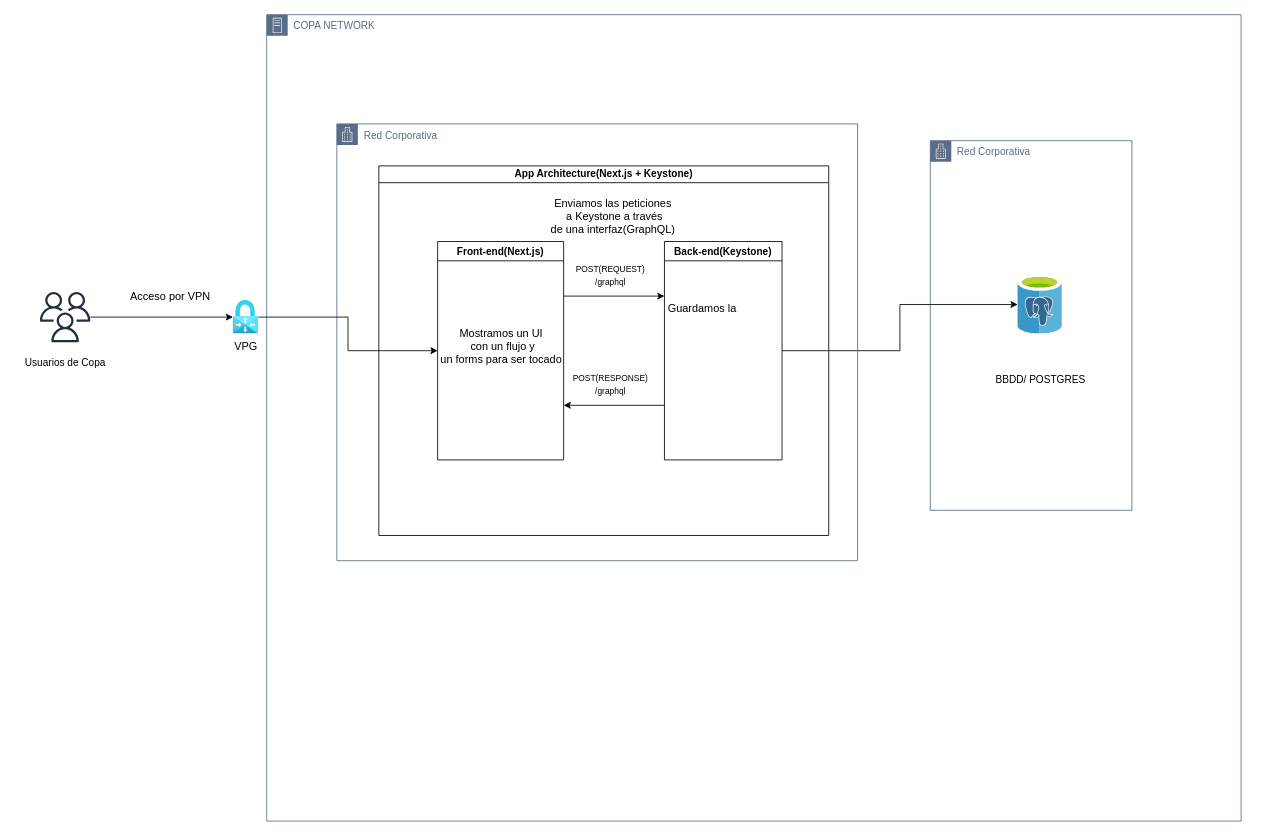
This is Untitled Diagram.drawio from JMJHOX/ticket-system, a draw.io file, before an edit. Source tidied: cells renumbered, new cells numbered last; positions are measured from the earlier drawing's top-left corner, leaving out a move shared by most shapes. Both pictures are drawn from the tidied source at 84%, with x=0, y=0 at pixel (14, 14).
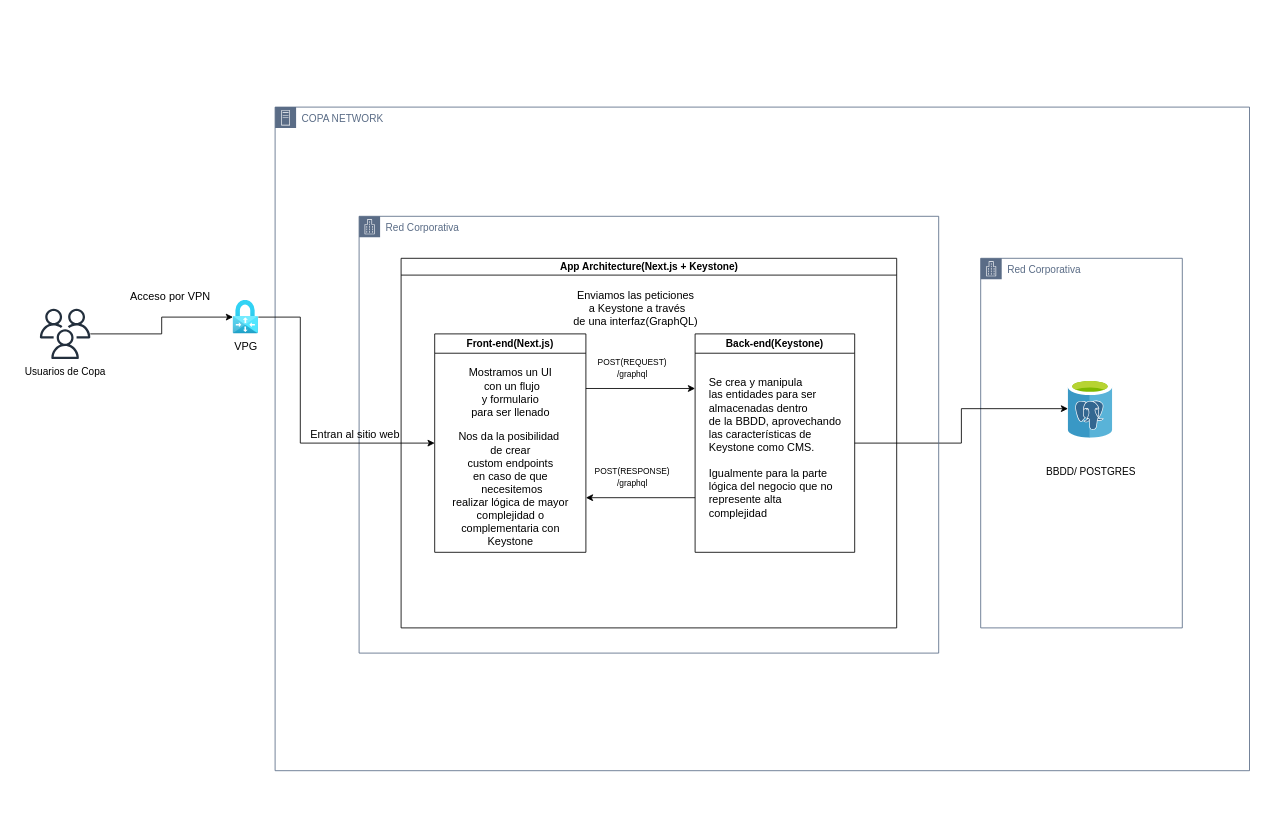
Above is the later version.

Unchanged cells that the change refers to:
```xml
<mxCell id="22" style="html=1;points=[];align=center;image;fontSize=12;image=img/lib/azure2/networking/Virtual_Network_Gateways.svg;" parent="1" vertex="1">
  <mxGeometry x="259.9" y="340" width="30.1" height="40" as="geometry" />
</mxCell>
```

Diff of the diagram source:
```diff
@@
     <mxCell id="2" value="COPA NETWORK" style="gradientColor=none;html=1;whiteSpace=wrap;fontSize=12;fontStyle=0;shape=mxgraph.aws4.group;grIcon=mxgraph.aws4.group_on_premise;strokeColor=#5A6C86;fillColor=none;verticalAlign=top;align=left;spacingLeft=30;fontColor=#5A6C86;dashed=0;" parent="1" vertex="1">
-      <mxGeometry x="300" width="1160" height="960" as="geometry" />
+      <mxGeometry x="310" y="110" width="1160" height="790" as="geometry" />
     </mxCell>
     <mxCell id="3" value="Red Corporativa" style="gradientColor=none;html=1;whiteSpace=wrap;fontSize=12;fontStyle=0;shape=mxgraph.aws4.group;grIcon=mxgraph.aws4.group_corporate_data_center;strokeColor=#5A6C86;fillColor=none;verticalAlign=top;align=left;spacingLeft=30;fontColor=#5A6C86;dashed=0;" parent="2" vertex="1">
-      <mxGeometry x="790" y="150" width="240" height="440" as="geometry" />
+      <mxGeometry x="840" y="180" width="240" height="440" as="geometry" />
     </mxCell>
     <mxCell id="4" value="BBDD/ POSTGRES" style="text;html=1;align=center;verticalAlign=middle;strokeColor=none;fillColor=none;" parent="3" vertex="1">
-      <mxGeometry x="65.6" y="270" width="130" height="30" as="geometry" />
+      <mxGeometry x="65.6" y="240" width="130" height="30" as="geometry" />
     </mxCell>
     <mxCell id="5" style="sketch=0;html=1;points=[];align=center;image;fontSize=12;image=img/lib/mscae/Azure_Database_for_PostgreSQL_servers.svg;" parent="3" vertex="1">
-      <mxGeometry x="104" y="160" width="53.2" height="70" as="geometry" />
+      <mxGeometry x="104" y="144" width="53.2" height="70" as="geometry" />
     </mxCell>
@@
     <mxCell id="7" value="Red Corporativa" style="gradientColor=none;html=1;whiteSpace=wrap;fontSize=12;fontStyle=0;shape=mxgraph.aws4.group;grIcon=mxgraph.aws4.group_corporate_data_center;strokeColor=#5A6C86;fillColor=none;verticalAlign=top;align=left;spacingLeft=30;fontColor=#5A6C86;dashed=0;" parent="2" vertex="1">
-      <mxGeometry x="83.5" y="130" width="620" height="520" as="geometry" />
+      <mxGeometry x="100" y="130" width="690" height="520" as="geometry" />
     </mxCell>
     <mxCell id="8" value="App Architecture(Next.js + Keystone)" style="swimlane;html=1;startSize=20;horizontal=1;containerType=tree;glass=0;" parent="7" vertex="1">
-      <mxGeometry x="50" y="50" width="535.6" height="440" as="geometry" />
+      <mxGeometry x="50" y="50" width="590" height="440" as="geometry" />
     </mxCell>
@@
     <mxCell id="10" value="Front-end(Next.js)" style="swimlane;" parent="8" vertex="1">
-      <mxGeometry x="70" y="90" width="150" height="260" as="geometry" />
+      <mxGeometry x="40" y="90" width="180" height="260" as="geometry" />
     </mxCell>
-    <mxCell id="11" value="Mostramos un UI&lt;br&gt;&amp;nbsp;con un flujo y &lt;br&gt;un forms para ser tocado" style="text;html=1;align=center;verticalAlign=middle;strokeColor=none;fillColor=none;fontSize=13;" parent="10" vertex="1">
-      <mxGeometry x="-10" y="95" width="170" height="60" as="geometry" />
+    <mxCell id="11" value="Mostramos un UI&lt;br&gt;&amp;nbsp;con un flujo &lt;br&gt;y formulario&lt;br&gt;para ser llenado" style="text;html=1;align=center;verticalAlign=middle;strokeColor=none;fillColor=none;fontSize=13;" parent="10" vertex="1">
+      <mxGeometry x="30" y="30" width="120" height="80" as="geometry" />
     </mxCell>
+    <mxCell id="25" value="Nos da la posibilidad&amp;nbsp;&lt;br&gt;de crear &lt;br&gt;custom endpoints&lt;br&gt;en caso de que&lt;br&gt;&amp;nbsp;necesitemos&lt;br&gt;realizar lógica de mayor&lt;br&gt;complejidad o&lt;br&gt;complementaria con&lt;br&gt;Keystone" style="text;html=1;align=center;verticalAlign=middle;strokeColor=none;fillColor=none;fontSize=13;" parent="10" vertex="1">
+      <mxGeometry x="10" y="110" width="160" height="150" as="geometry" />
+    </mxCell>
@@
     <mxCell id="13" value="Back-end(Keystone)" style="swimlane;" parent="8" vertex="1">
-      <mxGeometry x="340" y="90" width="140" height="260" as="geometry" />
+      <mxGeometry x="350" y="90" width="190" height="260" as="geometry" />
     </mxCell>
+    <mxCell id="26" value="&lt;div style=&quot;text-align: left;&quot;&gt;&lt;span style=&quot;background-color: initial;&quot;&gt;Se crea y manipula&lt;/span&gt;&lt;br&gt;&lt;span style=&quot;background-color: initial;&quot;&gt;las entidades para ser&lt;/span&gt;&lt;br&gt;&lt;span style=&quot;background-color: initial;&quot;&gt;almacenadas dentro&lt;/span&gt;&lt;br&gt;&lt;span style=&quot;background-color: initial;&quot;&gt;de la BBDD, aprovechando&lt;/span&gt;&lt;br&gt;&lt;span style=&quot;background-color: initial;&quot;&gt;las características de&lt;/span&gt;&lt;br&gt;&lt;span style=&quot;background-color: initial;&quot;&gt;Keystone como CMS.&lt;/span&gt;&lt;br&gt;&lt;br&gt;&lt;span style=&quot;background-color: initial;&quot;&gt;Igualmente para la parte&lt;/span&gt;&lt;br&gt;&lt;span style=&quot;background-color: initial;&quot;&gt;lógica del negocio que no&amp;nbsp;&lt;/span&gt;&lt;br&gt;&lt;span style=&quot;background-color: initial;&quot;&gt;represente alta&lt;/span&gt;&lt;br&gt;&lt;span style=&quot;background-color: initial;&quot;&gt;complejidad&lt;/span&gt;&lt;br&gt;&lt;/div&gt;" style="text;html=1;align=center;verticalAlign=middle;strokeColor=none;fillColor=none;fontSize=13;" parent="13" vertex="1">
+      <mxGeometry x="5" y="40" width="180" height="190" as="geometry" />
+    </mxCell>
@@
+    <mxCell id="27" value="Entran al sitio web" style="text;html=1;align=center;verticalAlign=middle;strokeColor=none;fillColor=none;fontSize=13;" parent="7" vertex="1">
+      <mxGeometry x="-70" y="245" width="130" height="30" as="geometry" />
+    </mxCell>
@@
     <mxCell id="18" style="sketch=0;outlineConnect=0;fontColor=#232F3E;gradientColor=none;fillColor=#232F3D;strokeColor=none;dashed=0;verticalLabelPosition=bottom;verticalAlign=top;align=center;html=1;fontSize=12;fontStyle=0;shape=mxgraph.aws4.users;" parent="1" vertex="1">
-      <mxGeometry x="30" y="330" width="60" height="60" as="geometry" />
+      <mxGeometry x="30" y="350" width="60" height="60" as="geometry" />
     </mxCell>
     <mxCell id="19" value="Usuarios de Copa" style="text;html=1;align=center;verticalAlign=middle;strokeColor=none;fillColor=none;" parent="1" vertex="1">
-      <mxGeometry y="400" width="120" height="30" as="geometry" />
+      <mxGeometry y="410" width="120" height="30" as="geometry" />
     </mxCell>
@@
     <mxCell id="21" style="edgeStyle=orthogonalEdgeStyle;rounded=0;jettySize=auto;html=1;entryX=0;entryY=0.5;entryDx=0;entryDy=0;fontSize=10;" parent="1" edge="1" source="22" target="10">
-      <mxGeometry relative="1" as="geometry" />
+      <mxGeometry relative="1" as="geometry">
+        <Array as="points">
+          <mxPoint x="340" y="360" />
+          <mxPoint x="340" y="510" />
+        </Array>
+      </mxGeometry>
     </mxCell>
@@
-    <mxCell id="24" value="Guardamos la&amp;nbsp;" style="text;html=1;align=center;verticalAlign=middle;strokeColor=none;fillColor=none;fontSize=13;" parent="1" vertex="1">
-      <mxGeometry x="765" y="335" width="110" height="30" as="geometry" />
-    </mxCell>
```
